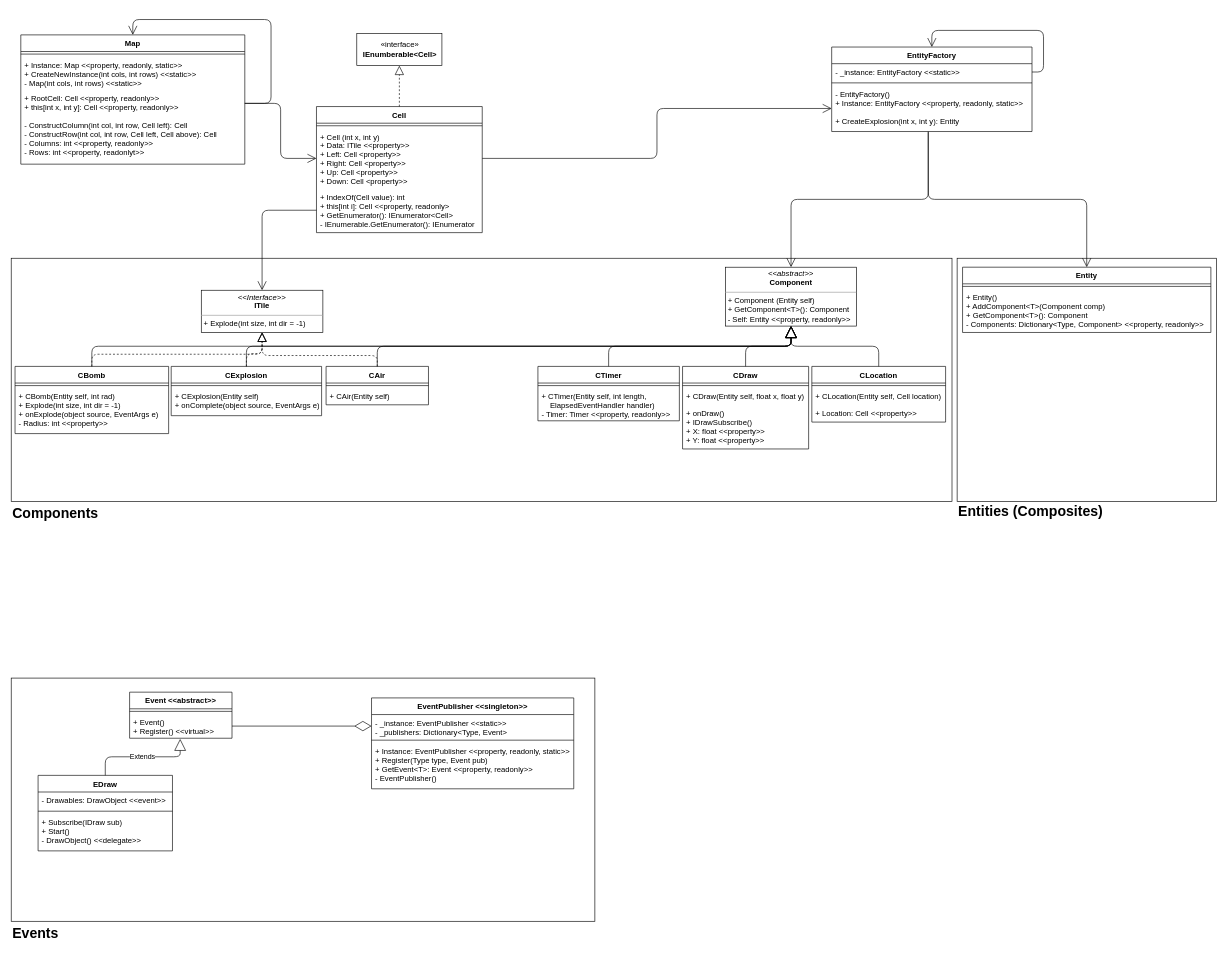
The draw.io diagram Documentation/BomberManUML.drawio in JoshuaWright42/bomberman, before the edit. Source tidied: cells renumbered, new cells numbered last; positions are measured from the earlier drawing's top-left corner, leaving out a move shared by most shapes. Both pictures are drawn from the tidied source at 64%, with x=0, y=0 at pixel (11, 19).
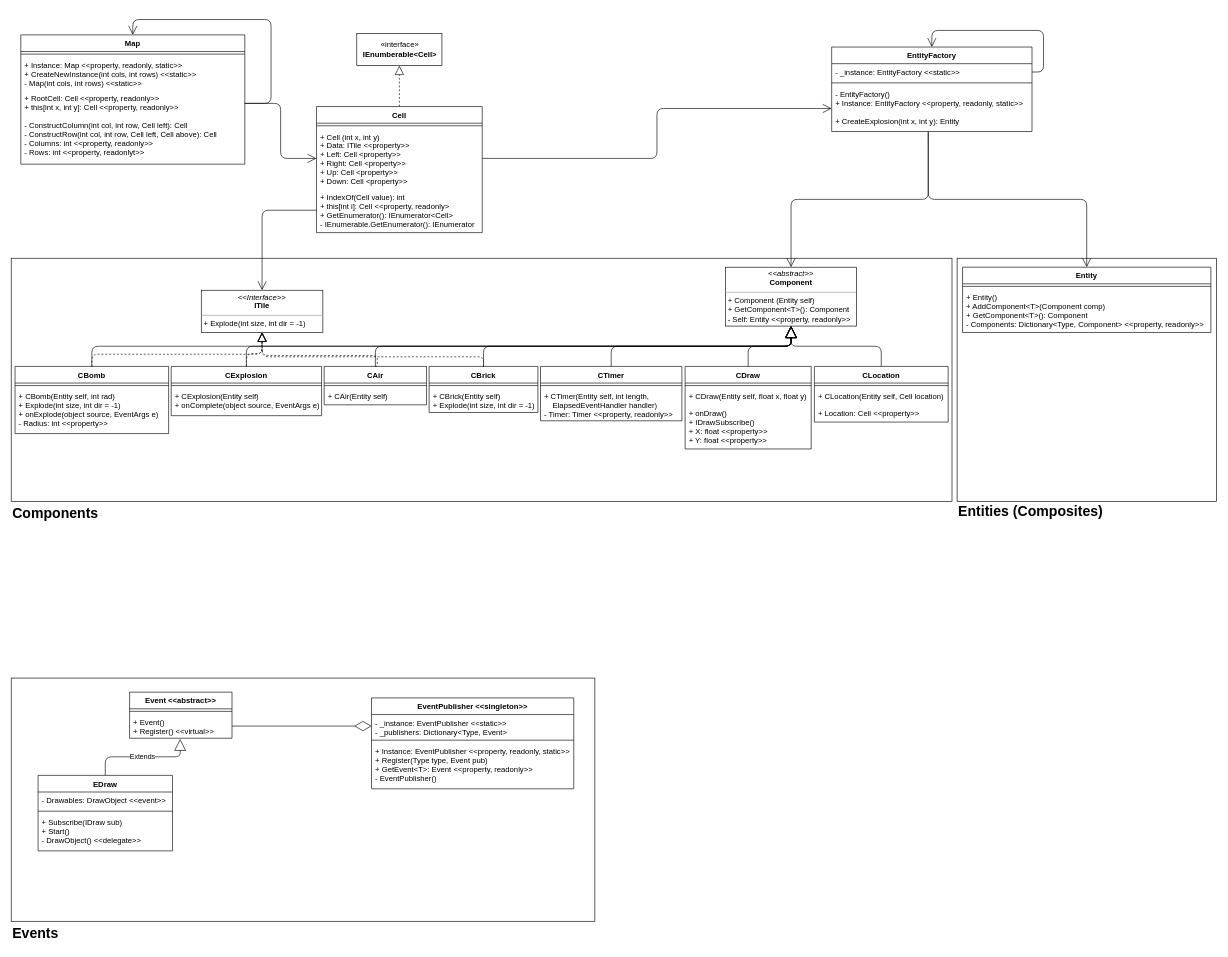
The same page after the edit.

Unchanged cells that the change refers to:
```xml
<mxCell id="20" value="&lt;p style=&quot;margin: 0px ; margin-top: 4px ; text-align: center&quot;&gt;&lt;i&gt;&amp;lt;&amp;lt;abstract&amp;gt;&amp;gt;&lt;/i&gt;&lt;br&gt;&lt;b&gt;Component&lt;/b&gt;&lt;/p&gt;&lt;hr size=&quot;1&quot;&gt;&lt;p style=&quot;margin: 0px ; margin-left: 4px&quot;&gt;+ Component (Entity self)&lt;/p&gt;&lt;p style=&quot;margin: 0px ; margin-left: 4px&quot;&gt;+ GetComponent&amp;lt;T&amp;gt;(): Component&lt;/p&gt;&lt;p style=&quot;margin: 0px ; margin-left: 4px&quot;&gt;- Self: Entity &amp;lt;&amp;lt;property, readonly&amp;gt;&amp;gt;&lt;/p&gt;" style="verticalAlign=top;align=left;overflow=fill;fontSize=12;fontFamily=Helvetica;html=1;" parent="1" vertex="1">
  <mxGeometry x="1116" y="387" width="205" height="92" as="geometry" />
</mxCell>
<mxCell id="23" value="&lt;p style=&quot;margin: 0px ; margin-top: 4px ; text-align: center&quot;&gt;&lt;i&gt;&amp;lt;&amp;lt;Interface&amp;gt;&amp;gt;&lt;/i&gt;&lt;br&gt;&lt;b&gt;ITile&lt;/b&gt;&lt;/p&gt;&lt;hr size=&quot;1&quot;&gt;&lt;p style=&quot;margin: 0px ; margin-left: 4px&quot;&gt;+ Explode(int size, int dir = -1)&lt;/p&gt;" style="verticalAlign=top;align=left;overflow=fill;fontSize=12;fontFamily=Helvetica;html=1;" parent="1" vertex="1">
  <mxGeometry x="297" y="423" width="190" height="66" as="geometry" />
</mxCell>
```

Diff of the diagram source:
```diff
@@
     <mxCell id="25" value="CDraw" style="swimlane;fontStyle=1;align=center;verticalAlign=top;horizontal=1;startSize=26;" parent="1" vertex="1">
-      <mxGeometry x="1049" y="542" width="197" height="129" as="geometry" />
+      <mxGeometry x="1053" y="542" width="197" height="129" as="geometry" />
     </mxCell>
@@
     <mxCell id="49" value="CLocation" style="swimlane;fontStyle=1;align=center;verticalAlign=top;horizontal=1;startSize=26;" parent="1" vertex="1">
-      <mxGeometry x="1251" y="542" width="209" height="87" as="geometry" />
+      <mxGeometry x="1255" y="542" width="209" height="87" as="geometry" />
     </mxCell>
@@
     <mxCell id="56" value="CTimer" style="swimlane;fontStyle=1;align=center;verticalAlign=top;horizontal=1;startSize=26;" parent="1" vertex="1">
-      <mxGeometry x="823" y="542" width="221" height="85" as="geometry" />
+      <mxGeometry x="827" y="542" width="221" height="85" as="geometry" />
     </mxCell>
@@
     <mxCell id="72" value="CAir" style="swimlane;fontStyle=1;align=center;verticalAlign=top;horizontal=1;startSize=26;" parent="1" vertex="1">
-      <mxGeometry x="492" y="542" width="160" height="60" as="geometry" />
+      <mxGeometry x="489" y="542" width="160" height="60" as="geometry" />
     </mxCell>
@@
+    <mxCell id="77" value="CBrick" style="swimlane;fontStyle=1;align=center;verticalAlign=top;horizontal=1;startSize=26;" parent="1" vertex="1">
+      <mxGeometry x="653" y="542" width="170" height="72" as="geometry" />
+    </mxCell>
+    <mxCell id="78" style="line;strokeWidth=1;fillColor=none;align=left;verticalAlign=middle;spacingTop=-1;spacingLeft=3;spacingRight=3;labelPosition=right;" parent="77" vertex="1">
+      <mxGeometry y="26" width="170" height="8" as="geometry" />
+    </mxCell>
+    <mxCell id="79" value="+ CBrick(Entity self)&#10;+ Explode(int size, int dir = -1)" style="text;strokeColor=none;fillColor=none;align=left;verticalAlign=top;spacingLeft=4;spacingRight=4;overflow=hidden;" parent="77" vertex="1">
+      <mxGeometry y="34" width="170" height="38" as="geometry" />
+    </mxCell>
+    <mxCell id="80" style="endArrow=block;endSize=16;endFill=0;html=1;edgeStyle=orthogonalEdgeStyle;entryX=0.5;entryY=1;entryDx=0;entryDy=0;exitX=0.5;exitY=0;exitDx=0;exitDy=0;" parent="1" edge="1" source="77" target="20">
+      <mxGeometry relative="1" as="geometry" />
+    </mxCell>
+    <mxCell id="81" style="endArrow=block;dashed=1;endFill=0;endSize=12;html=1;edgeStyle=orthogonalEdgeStyle;exitX=0.5;exitY=0;exitDx=0;exitDy=0;entryX=0.5;entryY=1;entryDx=0;entryDy=0;" parent="1" edge="1" source="77" target="23">
+      <mxGeometry relative="1" as="geometry">
+        <Array as="points">
+          <mxPoint x="738" y="527" />
+          <mxPoint x="392" y="527" />
+        </Array>
+      </mxGeometry>
+    </mxCell>
```
